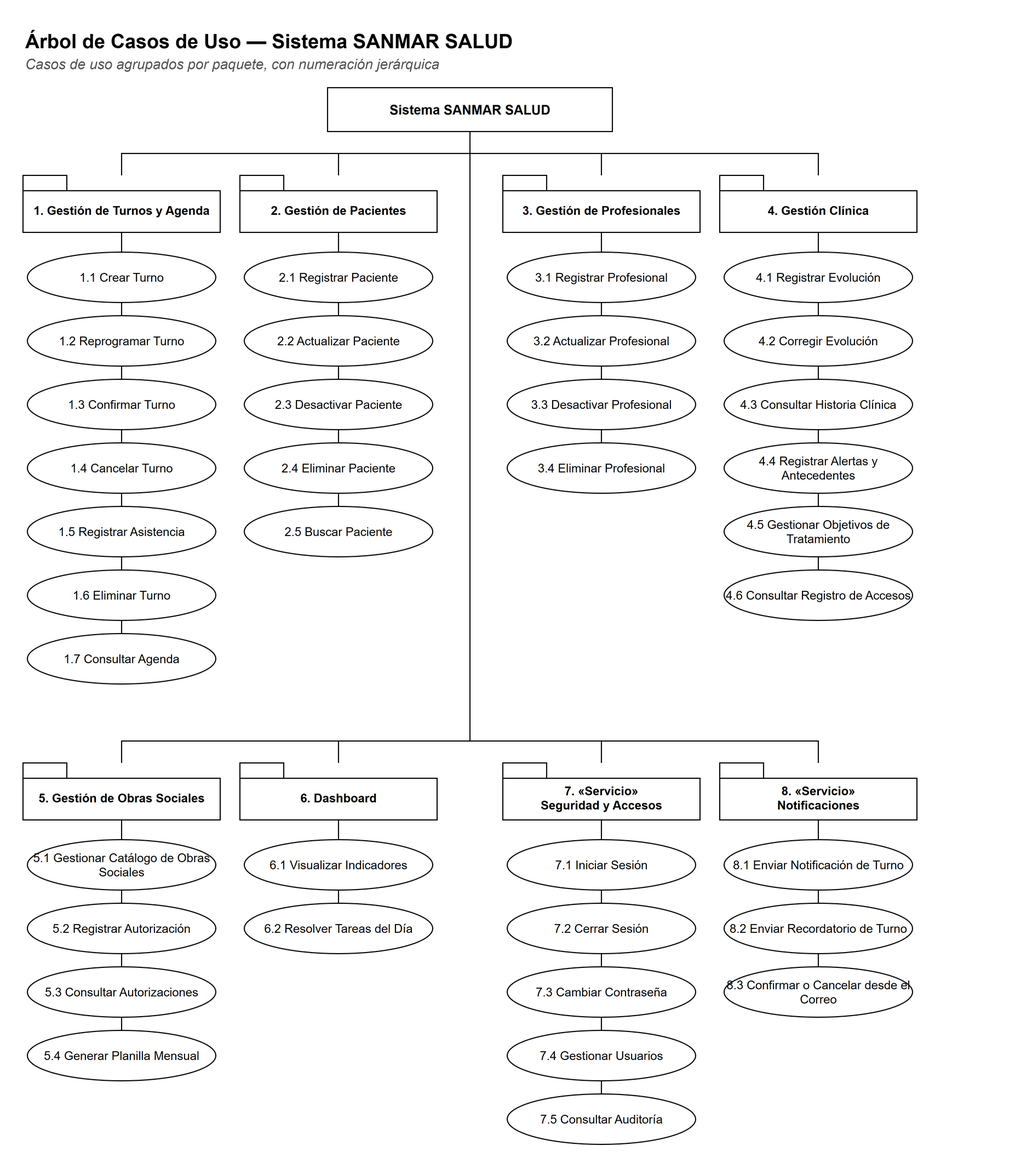
Above: docs/diagramas/arbol-casos-de-uso.png in Matiglorioso/kineturnos (draw.io), before the change. Source tidied: cells renumbered, new cells last; positions are measured from the earlier drawing's top-left corner, leaving out a move shared by most shapes.
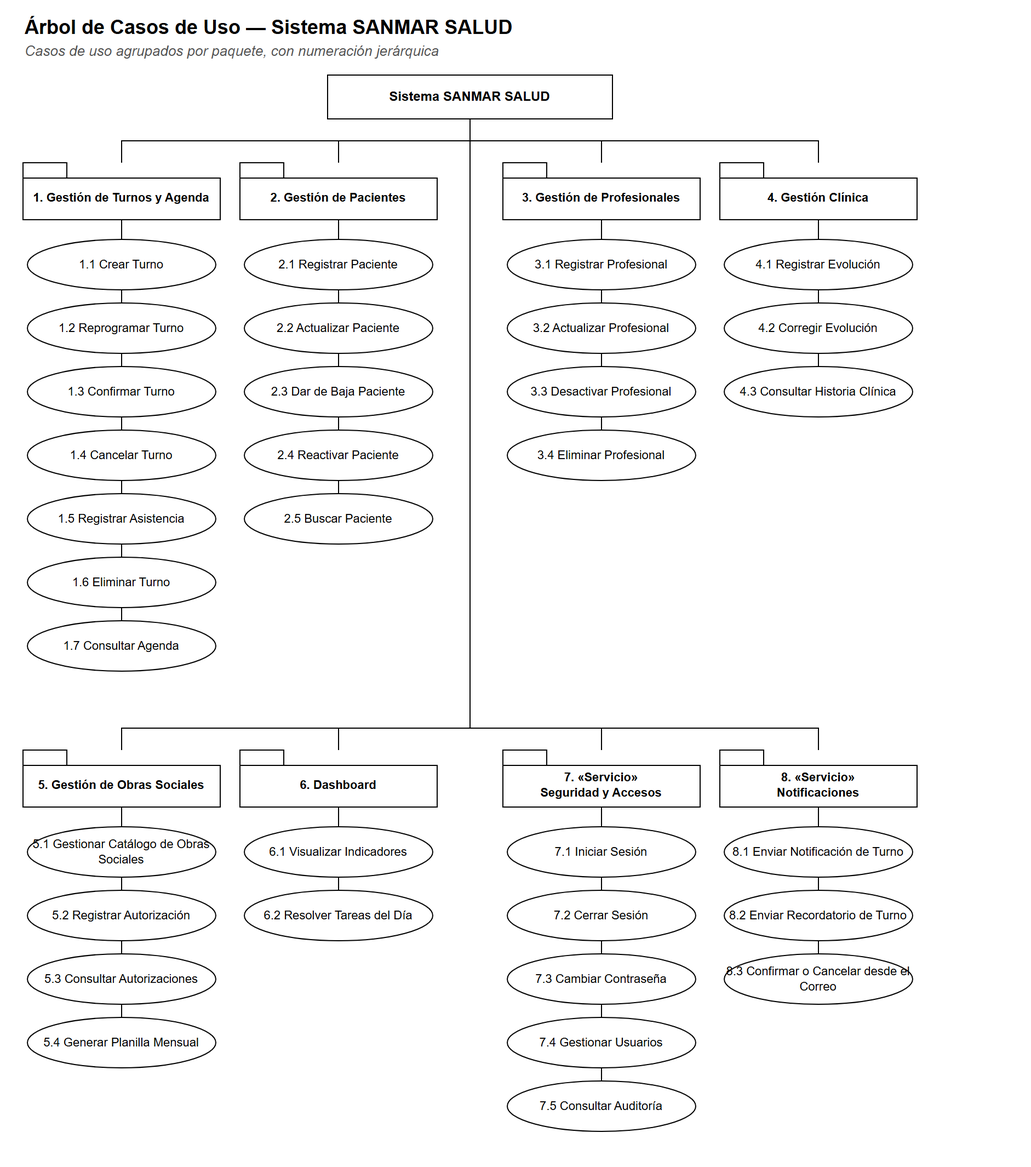
Later version of the same file.

The edit, as a diff of the source:
```diff
@@ -79,3 +79,3 @@
     </mxCell>
-    <mxCell id="27" value="2.3 Desactivar Paciente" style="ellipse;whiteSpace=wrap;html=1;fillColor=#FFFFFF;strokeColor=#000000;fontFamily=Helvetica;fontSize=11;fontSize=11;" parent="1" vertex="1">
+    <mxCell id="27" value="2.3 Dar de Baja Paciente" style="ellipse;whiteSpace=wrap;html=1;fillColor=#FFFFFF;strokeColor=#000000;fontFamily=Helvetica;fontSize=11;fontSize=11;" parent="1" vertex="1">
       <mxGeometry x="202" y="326" width="172" height="46" as="geometry" />
@@ -85,3 +85,3 @@
     </mxCell>
-    <mxCell id="29" value="2.4 Eliminar Paciente" style="ellipse;whiteSpace=wrap;html=1;fillColor=#FFFFFF;strokeColor=#000000;fontFamily=Helvetica;fontSize=11;fontSize=11;" parent="1" vertex="1">
+    <mxCell id="29" value="2.4 Reactivar Paciente" style="ellipse;whiteSpace=wrap;html=1;fillColor=#FFFFFF;strokeColor=#000000;fontFamily=Helvetica;fontSize=11;fontSize=11;" parent="1" vertex="1">
       <mxGeometry x="202" y="384" width="172" height="46" as="geometry" />
@@ -151,10 +151,16 @@
     </mxCell>
-    <mxCell id="51" value="4.4 Registrar Alertas y Antecedentes" style="ellipse;whiteSpace=wrap;html=1;fillColor=#FFFFFF;strokeColor=#000000;fontFamily=Helvetica;fontSize=11;fontSize=11;" parent="1" vertex="1">
-      <mxGeometry x="640" y="384" width="172" height="46" as="geometry" />
+    <mxCell id="51" value="5. Gestión de Obras Sociales" style="shape=folder;tabWidth=40;tabHeight=14;tabPosition=left;html=1;whiteSpace=wrap;fillColor=#FFFFFF;strokeColor=#000000;fontFamily=Helvetica;fontSize=12;fontStyle=1;spacingTop=12;fontSize=11;" parent="1" vertex="1">
+      <mxGeometry y="676" width="180" height="52" as="geometry" />
     </mxCell>
-    <mxCell id="52" style="edgeStyle=none;html=1;endArrow=none;endFill=0;strokeColor=#000000;fontFamily=Helvetica;fontSize=11;labelBackgroundColor=#FFFFFF;" parent="1" edge="1" source="49" target="51">
-      <mxGeometry relative="1" as="geometry" />
+    <mxCell id="52" style="edgeStyle=orthogonalEdgeStyle;rounded=0;html=1;endArrow=none;startArrow=none;endFill=0;startFill=0;strokeColor=#000000;fontFamily=Helvetica;fontSize=12;exitX=0.5;exitY=1;exitDx=0;exitDy=0;entryX=0.5;entryY=0;entryDx=0;entryDy=0;" parent="1" edge="1" source="4" target="51">
+      <mxGeometry relative="1" as="geometry">
+        <Array as="points">
+          <mxPoint x="408" y="120" />
+          <mxPoint x="408" y="656" />
+          <mxPoint x="90" y="656" />
+        </Array>
+      </mxGeometry>
     </mxCell>
-    <mxCell id="53" value="4.5 Gestionar Objetivos de Tratamiento" style="ellipse;whiteSpace=wrap;html=1;fillColor=#FFFFFF;strokeColor=#000000;fontFamily=Helvetica;fontSize=11;fontSize=11;" parent="1" vertex="1">
-      <mxGeometry x="640" y="442" width="172" height="46" as="geometry" />
+    <mxCell id="53" value="5.1 Gestionar Catálogo de Obras Sociales" style="ellipse;whiteSpace=wrap;html=1;fillColor=#FFFFFF;strokeColor=#000000;fontFamily=Helvetica;fontSize=11;fontSize=11;" parent="1" vertex="1">
+      <mxGeometry x="4" y="746" width="172" height="46" as="geometry" />
     </mxCell>
@@ -163,4 +169,4 @@
     </mxCell>
-    <mxCell id="55" value="4.6 Consultar Registro de Accesos" style="ellipse;whiteSpace=wrap;html=1;fillColor=#FFFFFF;strokeColor=#000000;fontFamily=Helvetica;fontSize=11;fontSize=11;" parent="1" vertex="1">
-      <mxGeometry x="640" y="500" width="172" height="46" as="geometry" />
+    <mxCell id="55" value="5.2 Registrar Autorización" style="ellipse;whiteSpace=wrap;html=1;fillColor=#FFFFFF;strokeColor=#000000;fontFamily=Helvetica;fontSize=11;fontSize=11;" parent="1" vertex="1">
+      <mxGeometry x="4" y="804" width="172" height="46" as="geometry" />
     </mxCell>
@@ -169,16 +175,10 @@
     </mxCell>
-    <mxCell id="57" value="5. Gestión de Obras Sociales" style="shape=folder;tabWidth=40;tabHeight=14;tabPosition=left;html=1;whiteSpace=wrap;fillColor=#FFFFFF;strokeColor=#000000;fontFamily=Helvetica;fontSize=12;fontStyle=1;spacingTop=12;fontSize=11;" parent="1" vertex="1">
-      <mxGeometry y="676" width="180" height="52" as="geometry" />
+    <mxCell id="57" value="5.3 Consultar Autorizaciones" style="ellipse;whiteSpace=wrap;html=1;fillColor=#FFFFFF;strokeColor=#000000;fontFamily=Helvetica;fontSize=11;fontSize=11;" parent="1" vertex="1">
+      <mxGeometry x="4" y="862" width="172" height="46" as="geometry" />
     </mxCell>
-    <mxCell id="58" style="edgeStyle=orthogonalEdgeStyle;rounded=0;html=1;endArrow=none;startArrow=none;endFill=0;startFill=0;strokeColor=#000000;fontFamily=Helvetica;fontSize=12;exitX=0.5;exitY=1;exitDx=0;exitDy=0;entryX=0.5;entryY=0;entryDx=0;entryDy=0;" parent="1" edge="1" source="4" target="57">
-      <mxGeometry relative="1" as="geometry">
-        <Array as="points">
-          <mxPoint x="408" y="120" />
-          <mxPoint x="408" y="656" />
-          <mxPoint x="90" y="656" />
-        </Array>
-      </mxGeometry>
+    <mxCell id="58" style="edgeStyle=none;html=1;endArrow=none;endFill=0;strokeColor=#000000;fontFamily=Helvetica;fontSize=11;labelBackgroundColor=#FFFFFF;" parent="1" edge="1" source="55" target="57">
+      <mxGeometry relative="1" as="geometry" />
     </mxCell>
-    <mxCell id="59" value="5.1 Gestionar Catálogo de Obras Sociales" style="ellipse;whiteSpace=wrap;html=1;fillColor=#FFFFFF;strokeColor=#000000;fontFamily=Helvetica;fontSize=11;fontSize=11;" parent="1" vertex="1">
-      <mxGeometry x="4" y="746" width="172" height="46" as="geometry" />
+    <mxCell id="59" value="5.4 Generar Planilla Mensual" style="ellipse;whiteSpace=wrap;html=1;fillColor=#FFFFFF;strokeColor=#000000;fontFamily=Helvetica;fontSize=11;fontSize=11;" parent="1" vertex="1">
+      <mxGeometry x="4" y="920" width="172" height="46" as="geometry" />
     </mxCell>
@@ -187,10 +187,16 @@
     </mxCell>
-    <mxCell id="61" value="5.2 Registrar Autorización" style="ellipse;whiteSpace=wrap;html=1;fillColor=#FFFFFF;strokeColor=#000000;fontFamily=Helvetica;fontSize=11;fontSize=11;" parent="1" vertex="1">
-      <mxGeometry x="4" y="804" width="172" height="46" as="geometry" />
+    <mxCell id="61" value="6. Dashboard" style="shape=folder;tabWidth=40;tabHeight=14;tabPosition=left;html=1;whiteSpace=wrap;fillColor=#FFFFFF;strokeColor=#000000;fontFamily=Helvetica;fontSize=12;fontStyle=1;spacingTop=12;fontSize=11;" parent="1" vertex="1">
+      <mxGeometry x="198" y="676" width="180" height="52" as="geometry" />
     </mxCell>
-    <mxCell id="62" style="edgeStyle=none;html=1;endArrow=none;endFill=0;strokeColor=#000000;fontFamily=Helvetica;fontSize=11;labelBackgroundColor=#FFFFFF;" parent="1" edge="1" source="59" target="61">
-      <mxGeometry relative="1" as="geometry" />
+    <mxCell id="62" style="edgeStyle=orthogonalEdgeStyle;rounded=0;html=1;endArrow=none;startArrow=none;endFill=0;startFill=0;strokeColor=#000000;fontFamily=Helvetica;fontSize=12;exitX=0.5;exitY=1;exitDx=0;exitDy=0;entryX=0.5;entryY=0;entryDx=0;entryDy=0;" parent="1" edge="1" source="4" target="61">
+      <mxGeometry relative="1" as="geometry">
+        <Array as="points">
+          <mxPoint x="408" y="120" />
+          <mxPoint x="408" y="656" />
+          <mxPoint x="288" y="656" />
+        </Array>
+      </mxGeometry>
     </mxCell>
-    <mxCell id="63" value="5.3 Consultar Autorizaciones" style="ellipse;whiteSpace=wrap;html=1;fillColor=#FFFFFF;strokeColor=#000000;fontFamily=Helvetica;fontSize=11;fontSize=11;" parent="1" vertex="1">
-      <mxGeometry x="4" y="862" width="172" height="46" as="geometry" />
+    <mxCell id="63" value="6.1 Visualizar Indicadores" style="ellipse;whiteSpace=wrap;html=1;fillColor=#FFFFFF;strokeColor=#000000;fontFamily=Helvetica;fontSize=11;fontSize=11;" parent="1" vertex="1">
+      <mxGeometry x="202" y="746" width="172" height="46" as="geometry" />
     </mxCell>
@@ -199,4 +205,4 @@
     </mxCell>
-    <mxCell id="65" value="5.4 Generar Planilla Mensual" style="ellipse;whiteSpace=wrap;html=1;fillColor=#FFFFFF;strokeColor=#000000;fontFamily=Helvetica;fontSize=11;fontSize=11;" parent="1" vertex="1">
-      <mxGeometry x="4" y="920" width="172" height="46" as="geometry" />
+    <mxCell id="65" value="6.2 Resolver Tareas del Día" style="ellipse;whiteSpace=wrap;html=1;fillColor=#FFFFFF;strokeColor=#000000;fontFamily=Helvetica;fontSize=11;fontSize=11;" parent="1" vertex="1">
+      <mxGeometry x="202" y="804" width="172" height="46" as="geometry" />
     </mxCell>
@@ -205,4 +211,4 @@
     </mxCell>
-    <mxCell id="67" value="6. Dashboard" style="shape=folder;tabWidth=40;tabHeight=14;tabPosition=left;html=1;whiteSpace=wrap;fillColor=#FFFFFF;strokeColor=#000000;fontFamily=Helvetica;fontSize=12;fontStyle=1;spacingTop=12;fontSize=11;" parent="1" vertex="1">
-      <mxGeometry x="198" y="676" width="180" height="52" as="geometry" />
+    <mxCell id="67" value="7. «Servicio»&lt;br&gt;Seguridad y Accesos" style="shape=folder;tabWidth=40;tabHeight=14;tabPosition=left;html=1;whiteSpace=wrap;fillColor=#FFFFFF;strokeColor=#000000;fontFamily=Helvetica;fontSize=12;fontStyle=1;spacingTop=12;fontSize=11;" parent="1" vertex="1">
+      <mxGeometry x="438" y="676" width="180" height="52" as="geometry" />
     </mxCell>
@@ -213,3 +219,3 @@
           <mxPoint x="408" y="656" />
-          <mxPoint x="288" y="656" />
+          <mxPoint x="528" y="656" />
         </Array>
@@ -217,4 +223,4 @@
     </mxCell>
-    <mxCell id="69" value="6.1 Visualizar Indicadores" style="ellipse;whiteSpace=wrap;html=1;fillColor=#FFFFFF;strokeColor=#000000;fontFamily=Helvetica;fontSize=11;fontSize=11;" parent="1" vertex="1">
-      <mxGeometry x="202" y="746" width="172" height="46" as="geometry" />
+    <mxCell id="69" value="7.1 Iniciar Sesión" style="ellipse;whiteSpace=wrap;html=1;fillColor=#FFFFFF;strokeColor=#000000;fontFamily=Helvetica;fontSize=11;fontSize=11;" parent="1" vertex="1">
+      <mxGeometry x="442" y="746" width="172" height="46" as="geometry" />
     </mxCell>
@@ -223,4 +229,4 @@
     </mxCell>
-    <mxCell id="71" value="6.2 Resolver Tareas del Día" style="ellipse;whiteSpace=wrap;html=1;fillColor=#FFFFFF;strokeColor=#000000;fontFamily=Helvetica;fontSize=11;fontSize=11;" parent="1" vertex="1">
-      <mxGeometry x="202" y="804" width="172" height="46" as="geometry" />
+    <mxCell id="71" value="7.2 Cerrar Sesión" style="ellipse;whiteSpace=wrap;html=1;fillColor=#FFFFFF;strokeColor=#000000;fontFamily=Helvetica;fontSize=11;fontSize=11;" parent="1" vertex="1">
+      <mxGeometry x="442" y="804" width="172" height="46" as="geometry" />
     </mxCell>
@@ -229,16 +235,10 @@
     </mxCell>
-    <mxCell id="73" value="7. «Servicio»&lt;br&gt;Seguridad y Accesos" style="shape=folder;tabWidth=40;tabHeight=14;tabPosition=left;html=1;whiteSpace=wrap;fillColor=#FFFFFF;strokeColor=#000000;fontFamily=Helvetica;fontSize=12;fontStyle=1;spacingTop=12;fontSize=11;" parent="1" vertex="1">
-      <mxGeometry x="438" y="676" width="180" height="52" as="geometry" />
+    <mxCell id="73" value="7.3 Cambiar Contraseña" style="ellipse;whiteSpace=wrap;html=1;fillColor=#FFFFFF;strokeColor=#000000;fontFamily=Helvetica;fontSize=11;fontSize=11;" parent="1" vertex="1">
+      <mxGeometry x="442" y="862" width="172" height="46" as="geometry" />
     </mxCell>
-    <mxCell id="74" style="edgeStyle=orthogonalEdgeStyle;rounded=0;html=1;endArrow=none;startArrow=none;endFill=0;startFill=0;strokeColor=#000000;fontFamily=Helvetica;fontSize=12;exitX=0.5;exitY=1;exitDx=0;exitDy=0;entryX=0.5;entryY=0;entryDx=0;entryDy=0;" parent="1" edge="1" source="4" target="73">
-      <mxGeometry relative="1" as="geometry">
-        <Array as="points">
-          <mxPoint x="408" y="120" />
-          <mxPoint x="408" y="656" />
-          <mxPoint x="528" y="656" />
-        </Array>
-      </mxGeometry>
+    <mxCell id="74" style="edgeStyle=none;html=1;endArrow=none;endFill=0;strokeColor=#000000;fontFamily=Helvetica;fontSize=11;labelBackgroundColor=#FFFFFF;" parent="1" edge="1" source="71" target="73">
+      <mxGeometry relative="1" as="geometry" />
     </mxCell>
-    <mxCell id="75" value="7.1 Iniciar Sesión" style="ellipse;whiteSpace=wrap;html=1;fillColor=#FFFFFF;strokeColor=#000000;fontFamily=Helvetica;fontSize=11;fontSize=11;" parent="1" vertex="1">
-      <mxGeometry x="442" y="746" width="172" height="46" as="geometry" />
+    <mxCell id="75" value="7.4 Gestionar Usuarios" style="ellipse;whiteSpace=wrap;html=1;fillColor=#FFFFFF;strokeColor=#000000;fontFamily=Helvetica;fontSize=11;fontSize=11;" parent="1" vertex="1">
+      <mxGeometry x="442" y="920" width="172" height="46" as="geometry" />
     </mxCell>
@@ -247,4 +247,4 @@
     </mxCell>
-    <mxCell id="77" value="7.2 Cerrar Sesión" style="ellipse;whiteSpace=wrap;html=1;fillColor=#FFFFFF;strokeColor=#000000;fontFamily=Helvetica;fontSize=11;fontSize=11;" parent="1" vertex="1">
-      <mxGeometry x="442" y="804" width="172" height="46" as="geometry" />
+    <mxCell id="77" value="7.5 Consultar Auditoría" style="ellipse;whiteSpace=wrap;html=1;fillColor=#FFFFFF;strokeColor=#000000;fontFamily=Helvetica;fontSize=11;fontSize=11;" parent="1" vertex="1">
+      <mxGeometry x="442" y="978" width="172" height="46" as="geometry" />
     </mxCell>
@@ -253,10 +253,16 @@
     </mxCell>
-    <mxCell id="79" value="7.3 Cambiar Contraseña" style="ellipse;whiteSpace=wrap;html=1;fillColor=#FFFFFF;strokeColor=#000000;fontFamily=Helvetica;fontSize=11;fontSize=11;" parent="1" vertex="1">
-      <mxGeometry x="442" y="862" width="172" height="46" as="geometry" />
+    <mxCell id="79" value="8. «Servicio»&lt;br&gt;Notificaciones" style="shape=folder;tabWidth=40;tabHeight=14;tabPosition=left;html=1;whiteSpace=wrap;fillColor=#FFFFFF;strokeColor=#000000;fontFamily=Helvetica;fontSize=12;fontStyle=1;spacingTop=12;fontSize=11;" parent="1" vertex="1">
+      <mxGeometry x="636" y="676" width="180" height="52" as="geometry" />
     </mxCell>
-    <mxCell id="80" style="edgeStyle=none;html=1;endArrow=none;endFill=0;strokeColor=#000000;fontFamily=Helvetica;fontSize=11;labelBackgroundColor=#FFFFFF;" parent="1" edge="1" source="77" target="79">
-      <mxGeometry relative="1" as="geometry" />
+    <mxCell id="80" style="edgeStyle=orthogonalEdgeStyle;rounded=0;html=1;endArrow=none;startArrow=none;endFill=0;startFill=0;strokeColor=#000000;fontFamily=Helvetica;fontSize=12;exitX=0.5;exitY=1;exitDx=0;exitDy=0;entryX=0.5;entryY=0;entryDx=0;entryDy=0;" parent="1" edge="1" source="4" target="79">
+      <mxGeometry relative="1" as="geometry">
+        <Array as="points">
+          <mxPoint x="408" y="120" />
+          <mxPoint x="408" y="656" />
+          <mxPoint x="726" y="656" />
+        </Array>
+      </mxGeometry>
     </mxCell>
-    <mxCell id="81" value="7.4 Gestionar Usuarios" style="ellipse;whiteSpace=wrap;html=1;fillColor=#FFFFFF;strokeColor=#000000;fontFamily=Helvetica;fontSize=11;fontSize=11;" parent="1" vertex="1">
-      <mxGeometry x="442" y="920" width="172" height="46" as="geometry" />
+    <mxCell id="81" value="8.1 Enviar Notificación de Turno" style="ellipse;whiteSpace=wrap;html=1;fillColor=#FFFFFF;strokeColor=#000000;fontFamily=Helvetica;fontSize=11;fontSize=11;" parent="1" vertex="1">
+      <mxGeometry x="640" y="746" width="172" height="46" as="geometry" />
     </mxCell>
@@ -265,4 +271,4 @@
     </mxCell>
-    <mxCell id="83" value="7.5 Consultar Auditoría" style="ellipse;whiteSpace=wrap;html=1;fillColor=#FFFFFF;strokeColor=#000000;fontFamily=Helvetica;fontSize=11;fontSize=11;" parent="1" vertex="1">
-      <mxGeometry x="442" y="978" width="172" height="46" as="geometry" />
+    <mxCell id="83" value="8.2 Enviar Recordatorio de Turno" style="ellipse;whiteSpace=wrap;html=1;fillColor=#FFFFFF;strokeColor=#000000;fontFamily=Helvetica;fontSize=11;fontSize=11;" parent="1" vertex="1">
+      <mxGeometry x="640" y="804" width="172" height="46" as="geometry" />
     </mxCell>
@@ -271,32 +277,8 @@
     </mxCell>
-    <mxCell id="85" value="8. «Servicio»&lt;br&gt;Notificaciones" style="shape=folder;tabWidth=40;tabHeight=14;tabPosition=left;html=1;whiteSpace=wrap;fillColor=#FFFFFF;strokeColor=#000000;fontFamily=Helvetica;fontSize=12;fontStyle=1;spacingTop=12;fontSize=11;" parent="1" vertex="1">
-      <mxGeometry x="636" y="676" width="180" height="52" as="geometry" />
+    <mxCell id="85" value="8.3 Confirmar o Cancelar desde el Correo" style="ellipse;whiteSpace=wrap;html=1;fillColor=#FFFFFF;strokeColor=#000000;fontFamily=Helvetica;fontSize=11;fontSize=11;" parent="1" vertex="1">
+      <mxGeometry x="640" y="862" width="172" height="46" as="geometry" />
     </mxCell>
-    <mxCell id="86" style="edgeStyle=orthogonalEdgeStyle;rounded=0;html=1;endArrow=none;startArrow=none;endFill=0;startFill=0;strokeColor=#000000;fontFamily=Helvetica;fontSize=12;exitX=0.5;exitY=1;exitDx=0;exitDy=0;entryX=0.5;entryY=0;entryDx=0;entryDy=0;" parent="1" edge="1" source="4" target="85">
-      <mxGeometry relative="1" as="geometry">
-        <Array as="points">
-          <mxPoint x="408" y="120" />
-          <mxPoint x="408" y="656" />
-          <mxPoint x="726" y="656" />
-        </Array>
-      </mxGeometry>
+    <mxCell id="86" style="edgeStyle=none;html=1;endArrow=none;endFill=0;strokeColor=#000000;fontFamily=Helvetica;fontSize=11;labelBackgroundColor=#FFFFFF;" parent="1" edge="1" source="83" target="85">
+      <mxGeometry relative="1" as="geometry" />
     </mxCell>
-    <mxCell id="87" value="8.1 Enviar Notificación de Turno" style="ellipse;whiteSpace=wrap;html=1;fillColor=#FFFFFF;strokeColor=#000000;fontFamily=Helvetica;fontSize=11;fontSize=11;" parent="1" vertex="1">
-      <mxGeometry x="640" y="746" width="172" height="46" as="geometry" />
-    </mxCell>
-    <mxCell id="88" style="edgeStyle=none;html=1;endArrow=none;endFill=0;strokeColor=#000000;fontFamily=Helvetica;fontSize=11;labelBackgroundColor=#FFFFFF;" parent="1" edge="1" source="85" target="87">
-      <mxGeometry relative="1" as="geometry" />
-    </mxCell>
-    <mxCell id="89" value="8.2 Enviar Recordatorio de Turno" style="ellipse;whiteSpace=wrap;html=1;fillColor=#FFFFFF;strokeColor=#000000;fontFamily=Helvetica;fontSize=11;fontSize=11;" parent="1" vertex="1">
-      <mxGeometry x="640" y="804" width="172" height="46" as="geometry" />
-    </mxCell>
-    <mxCell id="90" style="edgeStyle=none;html=1;endArrow=none;endFill=0;strokeColor=#000000;fontFamily=Helvetica;fontSize=11;labelBackgroundColor=#FFFFFF;" parent="1" edge="1" source="87" target="89">
-      <mxGeometry relative="1" as="geometry" />
-    </mxCell>
-    <mxCell id="91" value="8.3 Confirmar o Cancelar desde el Correo" style="ellipse;whiteSpace=wrap;html=1;fillColor=#FFFFFF;strokeColor=#000000;fontFamily=Helvetica;fontSize=11;fontSize=11;" parent="1" vertex="1">
-      <mxGeometry x="640" y="862" width="172" height="46" as="geometry" />
-    </mxCell>
-    <mxCell id="92" style="edgeStyle=none;html=1;endArrow=none;endFill=0;strokeColor=#000000;fontFamily=Helvetica;fontSize=11;labelBackgroundColor=#FFFFFF;" parent="1" edge="1" source="89" target="91">
-      <mxGeometry relative="1" as="geometry" />
-    </mxCell>
   </root>
```
